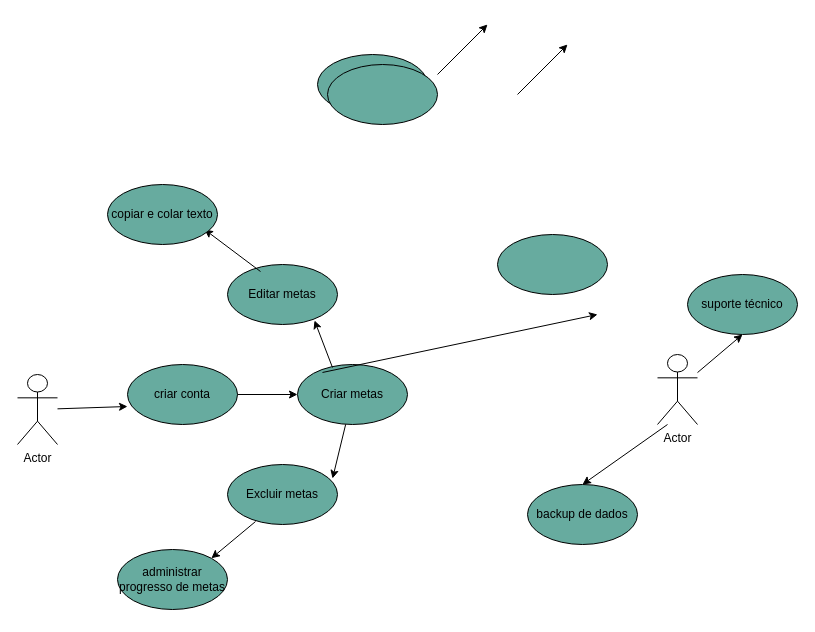
Earlier version of the draw.io diagram Diagrama sem nome.drawio (neymarboliviano/diagrama-de-usos-tarefa). Source tidied: cells renumbered, new cells numbered last; positions are measured from the earlier drawing's top-left corner, leaving out a move shared by most shapes. Both pictures are drawn from the tidied source at 100%, with x=0, y=0 at pixel (17, 24).
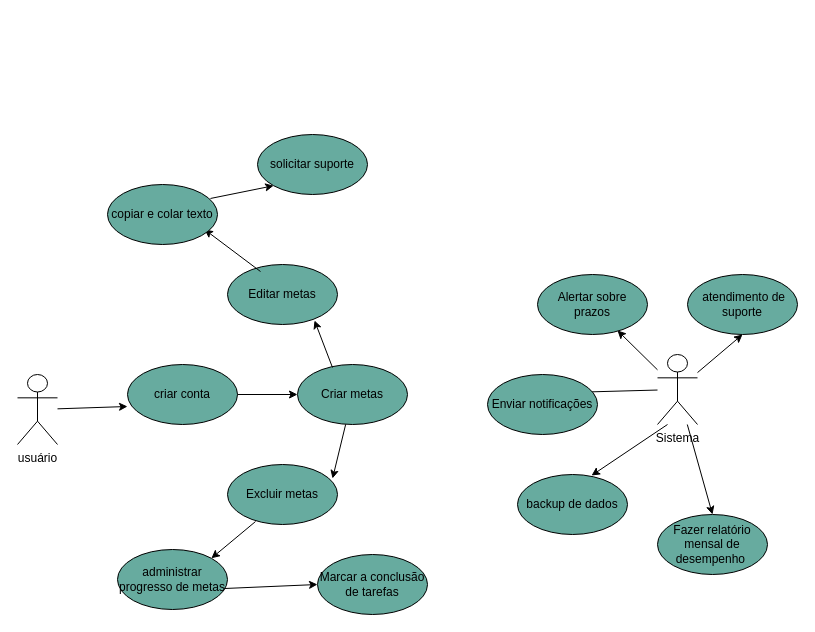
Above is the later version.

Unchanged cells that the change refers to:
```xml
<mxCell id="8" value="Criar metas" style="ellipse;whiteSpace=wrap;html=1;fillColor=light-dark(#67AB9F,var(--ge-dark-color, #121212));" parent="1" vertex="1">
  <mxGeometry x="280" y="340" width="110" height="60" as="geometry" />
</mxCell>
<mxCell id="24" value="administrar progresso de metas" style="ellipse;whiteSpace=wrap;html=1;fillColor=light-dark(#67AB9F,var(--ge-dark-color, #121212));" parent="1" vertex="1">
  <mxGeometry x="100" y="525" width="110" height="60" as="geometry" />
</mxCell>
<mxCell id="25" value="copiar e colar texto" style="ellipse;whiteSpace=wrap;html=1;fillColor=light-dark(#67AB9F,var(--ge-dark-color, #121212));" parent="1" vertex="1">
  <mxGeometry x="90" y="160" width="110" height="60" as="geometry" />
</mxCell>
```

The edit, as a diff of the source:
```diff
@@
-    <mxCell id="4" value="suporte técnico" style="ellipse;whiteSpace=wrap;html=1;fillColor=light-dark(#67AB9F,var(--ge-dark-color, #121212));" parent="1" vertex="1">
+    <mxCell id="4" value="&amp;nbsp;atendimento de suporte" style="ellipse;whiteSpace=wrap;html=1;fillColor=light-dark(#67AB9F,var(--ge-dark-color, #121212));" parent="1" vertex="1">
       <mxGeometry x="670" y="250" width="110" height="60" as="geometry" />
     </mxCell>
-    <mxCell id="5" style="ellipse;whiteSpace=wrap;html=1;fillColor=light-dark(#67AB9F,var(--ge-dark-color, #121212));" parent="1" vertex="1">
-      <mxGeometry x="300" y="30" width="110" height="60" as="geometry" />
+    <mxCell id="5" value="Marcar a conclusão de tarefas" style="ellipse;whiteSpace=wrap;html=1;fillColor=light-dark(#67AB9F,var(--ge-dark-color, #121212));" parent="1" vertex="1">
+      <mxGeometry x="300" y="530" width="110" height="60" as="geometry" />
     </mxCell>
     <mxCell id="6" value="backup de dados" style="ellipse;whiteSpace=wrap;html=1;fillColor=light-dark(#67AB9F,var(--ge-dark-color, #121212));" parent="1" vertex="1">
-      <mxGeometry x="510" y="460" width="110" height="60" as="geometry" />
+      <mxGeometry x="500" y="450" width="110" height="60" as="geometry" />
     </mxCell>
@@
-    <mxCell id="10" style="endArrow=classic;html=1;rounded=0;entryX=0.5;entryY=0;entryDx=0;entryDy=0;" parent="1" edge="1" target="6">
+    <mxCell id="10" style="endArrow=classic;html=1;rounded=0;entryX=0.673;entryY=0.017;entryDx=0;entryDy=0;entryPerimeter=0;" parent="1" edge="1" target="6">
       <mxGeometry relative="1" as="geometry">
         <mxPoint x="650" y="400" as="sourcePoint" />
       </mxGeometry>
     </mxCell>
-    <mxCell id="11" style="endArrow=classic;html=1;rounded=0;" parent="1" edge="1">
-      <mxGeometry relative="1" as="geometry">
-        <mxPoint x="500" y="70" as="sourcePoint" />
-        <mxPoint x="550" y="20" as="targetPoint" />
-      </mxGeometry>
+    <mxCell id="11" style="endArrow=classic;html=1;rounded=0;entryX=0.727;entryY=0.933;entryDx=0;entryDy=0;entryPerimeter=0;" parent="1" edge="1" source="21" target="22">
+      <mxGeometry relative="1" as="geometry" />
     </mxCell>
@@
-    <mxCell id="13" style="endArrow=classic;html=1;rounded=0;" parent="1" edge="1">
-      <mxGeometry relative="1" as="geometry">
-        <mxPoint x="420" y="50" as="sourcePoint" />
-        <mxPoint x="470" as="targetPoint" />
-      </mxGeometry>
+    <mxCell id="13" style="endArrow=classic;html=1;rounded=0;exitX=0.973;exitY=0.65;exitDx=0;exitDy=0;exitPerimeter=0;entryX=0;entryY=0.5;entryDx=0;entryDy=0;" parent="1" edge="1" source="24" target="5">
+      <mxGeometry relative="1" as="geometry" />
     </mxCell>
@@
-    <mxCell id="18" style="endArrow=classic;html=1;rounded=0;exitX=0.227;exitY=0.133;exitDx=0;exitDy=0;exitPerimeter=0;" parent="1" edge="1" source="8">
-      <mxGeometry relative="1" as="geometry">
-        <mxPoint x="580" y="290" as="targetPoint" />
-      </mxGeometry>
+    <mxCell id="18" style="endArrow=classic;html=1;rounded=0;entryX=0.064;entryY=0.333;entryDx=0;entryDy=0;entryPerimeter=0;" parent="1" edge="1" source="21" target="23">
+      <mxGeometry relative="1" as="geometry" />
     </mxCell>
@@
-    <mxCell id="20" value="Actor" style="shape=umlActor;verticalLabelPosition=bottom;verticalAlign=top;html=1;outlineConnect=0;" parent="1" vertex="1">
+    <mxCell id="20" value="usuário" style="shape=umlActor;verticalLabelPosition=bottom;verticalAlign=top;html=1;outlineConnect=0;" parent="1" vertex="1">
       <mxGeometry y="350" width="40" height="70" as="geometry" />
     </mxCell>
-    <mxCell id="21" value="Actor" style="shape=umlActor;verticalLabelPosition=bottom;verticalAlign=top;html=1;outlineConnect=0;" parent="1" vertex="1">
+    <mxCell id="21" value="Sistema" style="shape=umlActor;verticalLabelPosition=bottom;verticalAlign=top;html=1;outlineConnect=0;" parent="1" vertex="1">
       <mxGeometry x="640" y="330" width="40" height="70" as="geometry" />
     </mxCell>
-    <mxCell id="22" style="ellipse;whiteSpace=wrap;html=1;fillColor=light-dark(#67AB9F,var(--ge-dark-color, #121212));" parent="1" vertex="1">
-      <mxGeometry x="310" y="40" width="110" height="60" as="geometry" />
+    <mxCell id="22" value="Alertar sobre prazos" style="ellipse;whiteSpace=wrap;html=1;fillColor=light-dark(#67AB9F,var(--ge-dark-color, #121212));" parent="1" vertex="1">
+      <mxGeometry x="520" y="250" width="110" height="60" as="geometry" />
     </mxCell>
-    <mxCell id="23" style="ellipse;whiteSpace=wrap;html=1;fillColor=light-dark(#67AB9F,var(--ge-dark-color, #121212));" parent="1" vertex="1">
-      <mxGeometry x="480" y="210" width="110" height="60" as="geometry" />
+    <mxCell id="23" value="Enviar notificações" style="ellipse;whiteSpace=wrap;html=1;fillColor=light-dark(#67AB9F,var(--ge-dark-color, #121212));" parent="1" vertex="1">
+      <mxGeometry x="470" y="350" width="110" height="60" as="geometry" />
     </mxCell>
@@
+    <mxCell id="26" value="Fazer relatório mensal de desempenho&amp;nbsp;" style="ellipse;whiteSpace=wrap;html=1;fillColor=light-dark(#67AB9F,var(--ge-dark-color, #121212));" parent="1" vertex="1">
+      <mxGeometry x="640" y="490" width="110" height="60" as="geometry" />
+    </mxCell>
+    <mxCell id="27" style="endArrow=classic;html=1;rounded=0;entryX=0.5;entryY=0;entryDx=0;entryDy=0;" parent="1" edge="1" source="21" target="26">
+      <mxGeometry relative="1" as="geometry" />
+    </mxCell>
+    <mxCell id="28" value="solicitar suporte" style="ellipse;whiteSpace=wrap;html=1;fillColor=light-dark(#67AB9F,var(--ge-dark-color, #121212));" parent="1" vertex="1">
+      <mxGeometry x="240" y="110" width="110" height="60" as="geometry" />
+    </mxCell>
+    <mxCell id="29" style="endArrow=classic;html=1;rounded=0;exitX=0.936;exitY=0.233;exitDx=0;exitDy=0;exitPerimeter=0;entryX=0;entryY=1;entryDx=0;entryDy=0;" parent="1" edge="1" source="25" target="28">
+      <mxGeometry relative="1" as="geometry" />
+    </mxCell>
```
